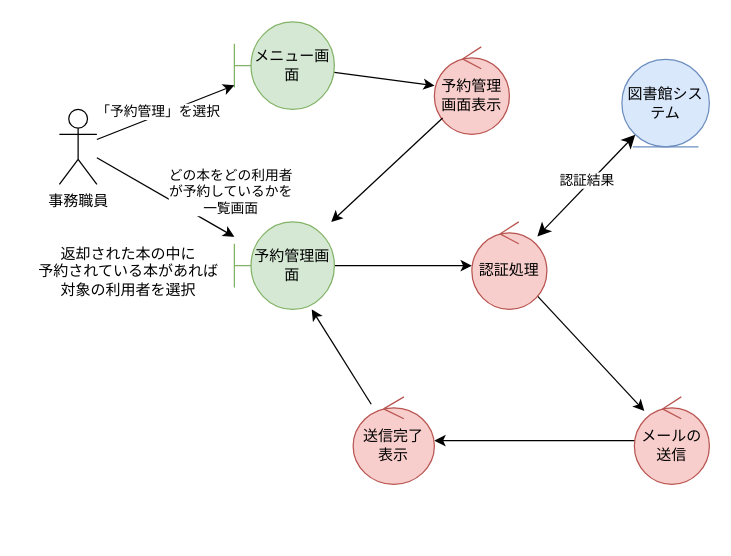
The draw.io diagram kouka/analysis_manage.drawio in FujikawaHirono0520/group3_1_dogdog, before the edit. Source tidied: cells renumbered, new cells numbered last; positions are measured from the earlier drawing's top-left corner, leaving out a move shared by most shapes. Both pictures are drawn from the tidied source at 125%, with x=0, y=0 at pixel (21, 21).
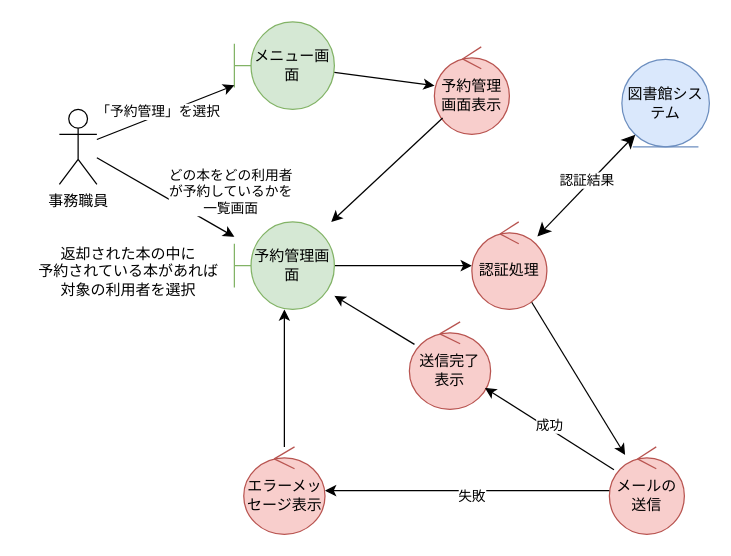
After the change.

Unchanged cells that the change refers to:
```xml
<mxCell id="9" value="予約管理画面" style="shape=umlBoundary;whiteSpace=wrap;html=1;fillColor=#d5e8d4;strokeColor=#82b366;" parent="1" vertex="1">
  <mxGeometry x="170" y="160" width="80" height="70" as="geometry" />
</mxCell>
<mxCell id="22" style="edgeStyle=none;jettySize=auto;html=1;" parent="1" edge="1" source="21" target="19">
  <mxGeometry relative="1" as="geometry" />
</mxCell>
```

What changed in the source:
```diff
@@
     <mxCell id="19" value="送信完了&lt;div&gt;表示&lt;/div&gt;" style="ellipse;shape=umlControl;whiteSpace=wrap;html=1;fillColor=#f8cecc;strokeColor=#b85450;" parent="1" vertex="1">
-      <mxGeometry x="265" y="300" width="65" height="70" as="geometry" />
+      <mxGeometry x="310" y="240" width="65" height="70" as="geometry" />
     </mxCell>
@@
     <mxCell id="21" value="メールの送信" style="ellipse;shape=umlControl;whiteSpace=wrap;html=1;fillColor=#f8cecc;strokeColor=#b85450;" parent="1" vertex="1">
-      <mxGeometry x="490" y="300" width="60" height="70" as="geometry" />
+      <mxGeometry x="470" y="340" width="60" height="70" as="geometry" />
     </mxCell>
@@
+    <mxCell id="23" value="成功" style="edgeLabel;html=1;align=center;verticalAlign=middle;" parent="22" vertex="1">
+      <mxGeometry x="0.03" y="-2" relative="1" as="geometry" />
+    </mxCell>
+    <mxCell id="24" style="edgeStyle=none;html=1;" parent="1" edge="1" source="25" target="9">
+      <mxGeometry relative="1" as="geometry" />
+    </mxCell>
+    <mxCell id="25" value="エラーメッセージ表示" style="ellipse;shape=umlControl;whiteSpace=wrap;html=1;fillColor=#f8cecc;strokeColor=#b85450;" parent="1" vertex="1">
+      <mxGeometry x="177.5" y="340" width="65" height="70" as="geometry" />
+    </mxCell>
+    <mxCell id="26" style="edgeStyle=none;jettySize=auto;html=1;" parent="1" edge="1" source="21" target="25">
+      <mxGeometry relative="1" as="geometry" />
+    </mxCell>
+    <mxCell id="27" value="失敗" style="edgeLabel;html=1;align=center;verticalAlign=middle;" parent="26" vertex="1">
+      <mxGeometry x="-0.02" y="4" relative="1" as="geometry" />
+    </mxCell>
```
